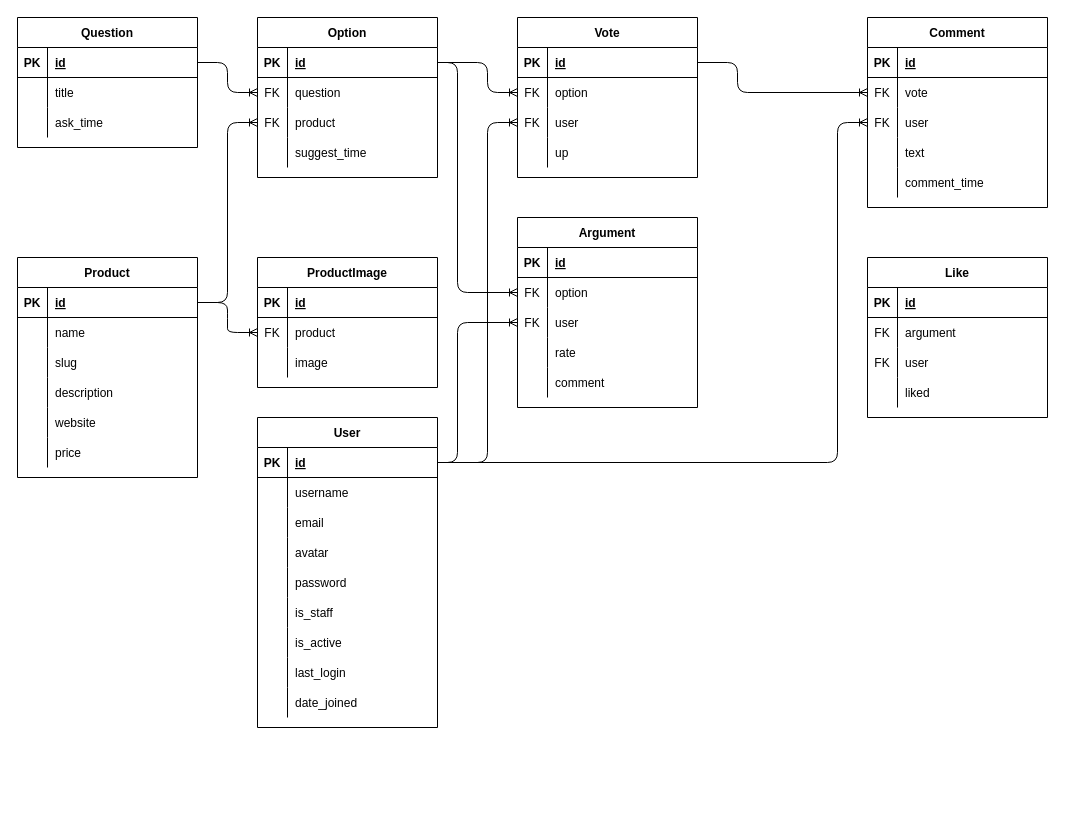
Before: api/db.dio in Egor4ik325/rankrise, a draw.io diagram. Source tidied: cells renumbered, new cells numbered last; positions are measured from the earlier drawing's top-left corner, leaving out a move shared by most shapes. Both pictures are drawn from the tidied source at 100%, with x=0, y=0 at pixel (17, 17).
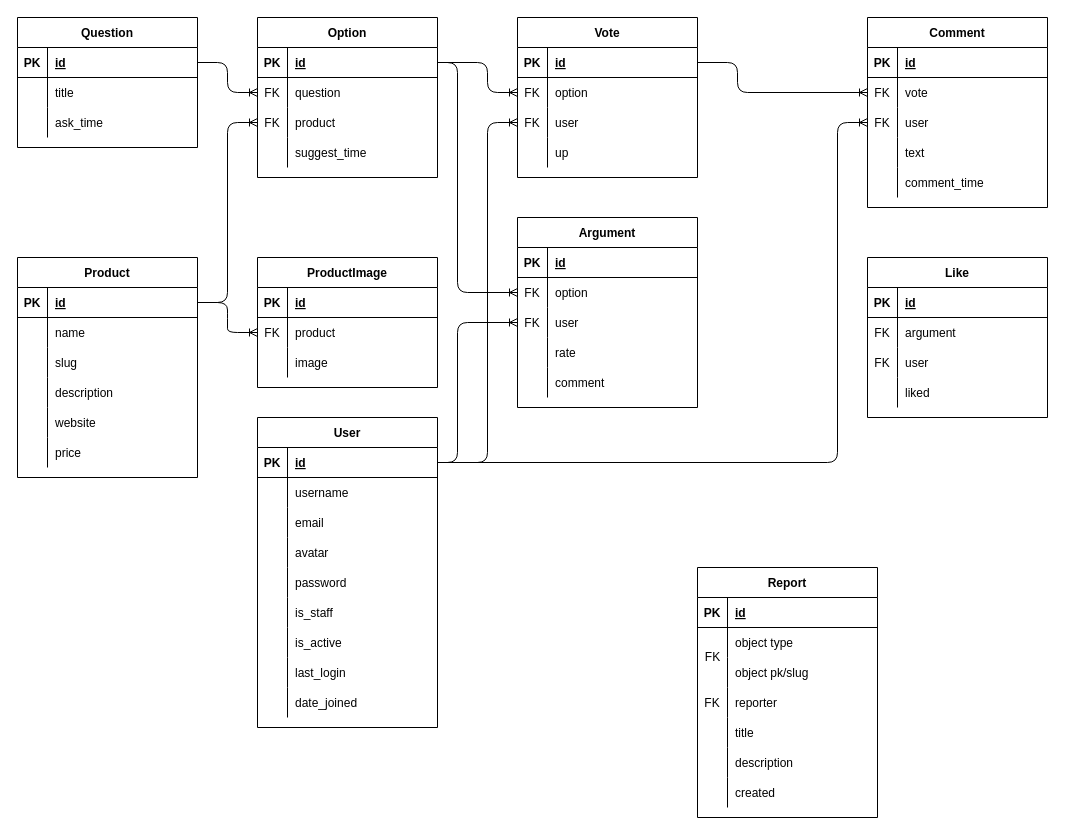
The same page after the edit.

The edit, as a diff of the source:
```diff
@@
+    <mxCell id="149" value="Report" style="shape=table;startSize=30;childLayout=tableLayout;rowLines=0;fontStyle=1;align=center;" parent="1" vertex="1">
+      <mxGeometry x="680" y="550" width="180" height="250" as="geometry" />
+    </mxCell>
+    <mxCell id="150" style="shape=partialRectangle;fillColor=none;top=0;left=0;bottom=1;right=0;" parent="149" vertex="1">
+      <mxGeometry y="30" width="180" height="30" as="geometry" />
+    </mxCell>
+    <mxCell id="151" value="PK" style="shape=partialRectangle;fillColor=none;top=0;left=0;bottom=0;right=0;fontStyle=1;overflow=hidden;" parent="150" vertex="1">
+      <mxGeometry width="30" height="30" as="geometry" />
+    </mxCell>
+    <mxCell id="152" value="id" style="shape=partialRectangle;fillColor=none;top=0;left=0;bottom=0;right=0;align=left;spacingLeft=6;fontStyle=5;overflow=hidden;" parent="150" vertex="1">
+      <mxGeometry x="30" width="150" height="30" as="geometry" />
+    </mxCell>
+    <mxCell id="153" style="shape=partialRectangle;fillColor=none;top=0;left=0;bottom=0;right=0;" parent="149" vertex="1">
+      <mxGeometry y="60" width="180" height="30" as="geometry" />
+    </mxCell>
+    <mxCell id="154" style="shape=partialRectangle;fillColor=none;top=0;left=0;bottom=0;right=0;overflow=hidden;" parent="153" vertex="1">
+      <mxGeometry width="30" height="30" as="geometry" />
+    </mxCell>
+    <mxCell id="155" value="object type" style="shape=partialRectangle;fillColor=none;top=0;left=0;bottom=0;right=0;align=left;spacingLeft=6;overflow=hidden;" parent="153" vertex="1">
+      <mxGeometry x="30" width="150" height="30" as="geometry" />
+    </mxCell>
+    <mxCell id="156" style="shape=partialRectangle;fillColor=none;top=0;left=0;bottom=0;right=0;" parent="149" vertex="1">
+      <mxGeometry y="90" width="180" height="30" as="geometry" />
+    </mxCell>
+    <mxCell id="157" style="shape=partialRectangle;fillColor=none;top=0;left=0;bottom=0;right=0;overflow=hidden;" parent="156" vertex="1">
+      <mxGeometry width="30" height="30" as="geometry" />
+    </mxCell>
+    <mxCell id="158" value="object pk/slug" style="shape=partialRectangle;fillColor=none;top=0;left=0;bottom=0;right=0;align=left;spacingLeft=6;overflow=hidden;" parent="156" vertex="1">
+      <mxGeometry x="30" width="150" height="30" as="geometry" />
+    </mxCell>
+    <mxCell id="159" style="shape=partialRectangle;fillColor=none;top=0;left=0;bottom=0;right=0;" parent="149" vertex="1">
+      <mxGeometry y="120" width="180" height="30" as="geometry" />
+    </mxCell>
+    <mxCell id="160" value="FK" style="shape=partialRectangle;fillColor=none;top=0;left=0;bottom=0;right=0;overflow=hidden;" parent="159" vertex="1">
+      <mxGeometry width="30" height="30" as="geometry" />
+    </mxCell>
+    <mxCell id="161" value="reporter" style="shape=partialRectangle;fillColor=none;top=0;left=0;bottom=0;right=0;align=left;spacingLeft=6;overflow=hidden;" parent="159" vertex="1">
+      <mxGeometry x="30" width="150" height="30" as="geometry" />
+    </mxCell>
+    <mxCell id="162" style="shape=partialRectangle;fillColor=none;top=0;left=0;bottom=0;right=0;" parent="149" vertex="1">
+      <mxGeometry y="150" width="180" height="30" as="geometry" />
+    </mxCell>
+    <mxCell id="163" style="shape=partialRectangle;fillColor=none;top=0;left=0;bottom=0;right=0;overflow=hidden;" parent="162" vertex="1">
+      <mxGeometry width="30" height="30" as="geometry" />
+    </mxCell>
+    <mxCell id="164" value="title" style="shape=partialRectangle;fillColor=none;top=0;left=0;bottom=0;right=0;align=left;spacingLeft=6;overflow=hidden;" parent="162" vertex="1">
+      <mxGeometry x="30" width="150" height="30" as="geometry" />
+    </mxCell>
+    <mxCell id="165" style="shape=partialRectangle;fillColor=none;top=0;left=0;bottom=0;right=0;" parent="149" vertex="1">
+      <mxGeometry y="180" width="180" height="30" as="geometry" />
+    </mxCell>
+    <mxCell id="166" style="shape=partialRectangle;fillColor=none;top=0;left=0;bottom=0;right=0;overflow=hidden;" parent="165" vertex="1">
+      <mxGeometry width="30" height="30" as="geometry" />
+    </mxCell>
+    <mxCell id="167" value="description" style="shape=partialRectangle;fillColor=none;top=0;left=0;bottom=0;right=0;align=left;spacingLeft=6;overflow=hidden;" parent="165" vertex="1">
+      <mxGeometry x="30" width="150" height="30" as="geometry" />
+    </mxCell>
+    <mxCell id="168" style="shape=partialRectangle;fillColor=none;top=0;left=0;bottom=0;right=0;" parent="149" vertex="1">
+      <mxGeometry y="210" width="180" height="30" as="geometry" />
+    </mxCell>
+    <mxCell id="169" style="shape=partialRectangle;fillColor=none;top=0;left=0;bottom=0;right=0;overflow=hidden;" parent="168" vertex="1">
+      <mxGeometry width="30" height="30" as="geometry" />
+    </mxCell>
+    <mxCell id="170" value="created" style="shape=partialRectangle;fillColor=none;top=0;left=0;bottom=0;right=0;align=left;spacingLeft=6;overflow=hidden;" parent="168" vertex="1">
+      <mxGeometry x="30" width="150" height="30" as="geometry" />
+    </mxCell>
+    <mxCell id="171" value="FK" style="text;html=1;align=center;verticalAlign=middle;strokeColor=none;" parent="1" vertex="1">
+      <mxGeometry x="680" y="630" width="30" height="20" as="geometry" />
+    </mxCell>
```
